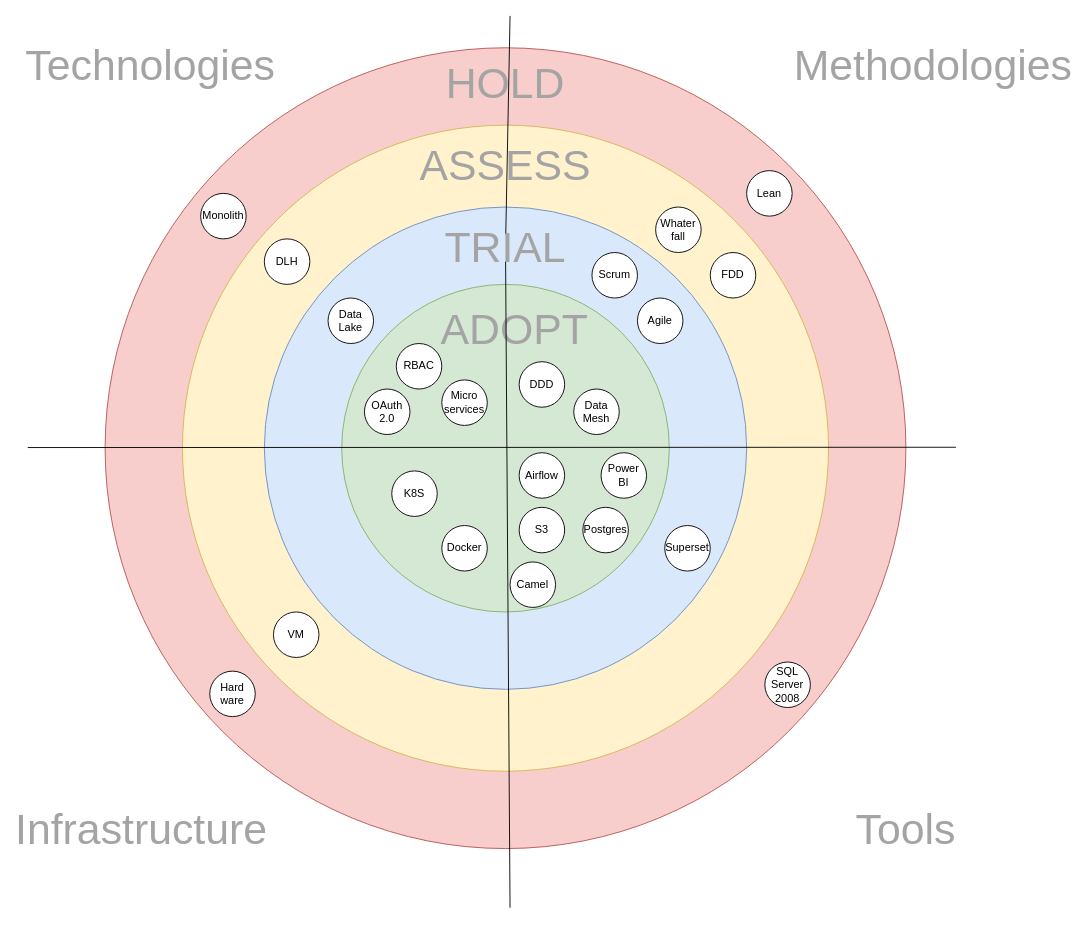
Before: Task3/Radar.drawio in spblex/architecture-sprint-11, a draw.io diagram. Source tidied: cells renumbered, new cells numbered last; positions are measured from the earlier drawing's top-left corner, leaving out a move shared by most shapes. Both pictures are drawn from the tidied source at 91%, with x=0, y=0 at pixel (27, 15).
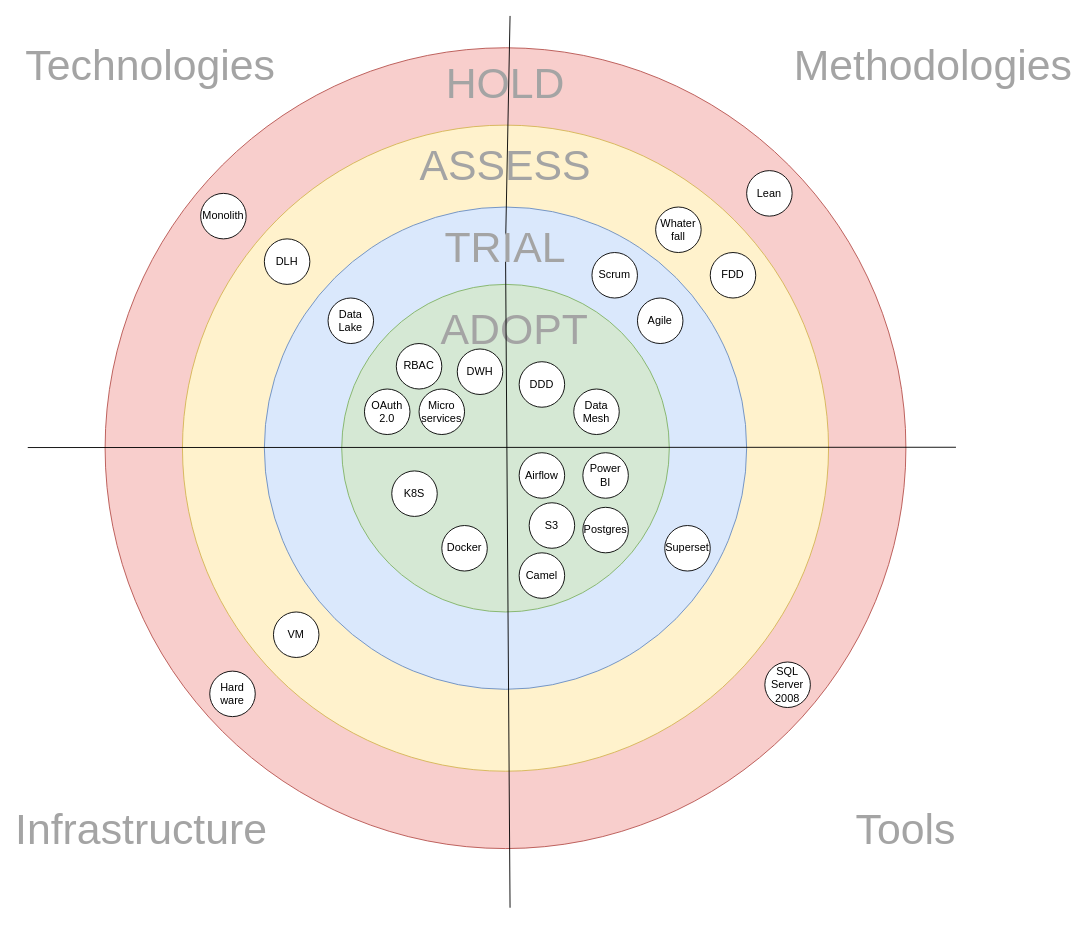
The same page after the edit.

Commit message:
Task 3 - Radar - add DWH

The edit, as a diff of the source:
```diff
@@
     <mxCell id="19" value="Micro&lt;div&gt;services&lt;/div&gt;" style="ellipse;whiteSpace=wrap;html=1;" parent="1" vertex="1">
-      <mxGeometry x="455" y="400" width="50" height="50" as="geometry" />
+      <mxGeometry x="430" y="410" width="50" height="50" as="geometry" />
     </mxCell>
@@
     <mxCell id="23" value="S3" style="ellipse;whiteSpace=wrap;html=1;" parent="1" vertex="1">
-      <mxGeometry x="540" y="540" width="50" height="50" as="geometry" />
+      <mxGeometry x="551" y="535" width="50" height="50" as="geometry" />
     </mxCell>
@@
     <mxCell id="31" value="Power&lt;div&gt;BI&lt;/div&gt;" style="ellipse;whiteSpace=wrap;html=1;" parent="1" vertex="1">
-      <mxGeometry x="630" y="480" width="50" height="50" as="geometry" />
+      <mxGeometry x="610" y="480" width="50" height="50" as="geometry" />
     </mxCell>
@@
     <mxCell id="40" value="Camel" style="ellipse;whiteSpace=wrap;html=1;" parent="1" vertex="1">
-      <mxGeometry x="530" y="600" width="50" height="50" as="geometry" />
+      <mxGeometry x="540" y="590" width="50" height="50" as="geometry" />
     </mxCell>
+    <mxCell id="41" value="DWH" style="ellipse;whiteSpace=wrap;html=1;" parent="1" vertex="1">
+      <mxGeometry x="472" y="366" width="50" height="50" as="geometry" />
+    </mxCell>
```
